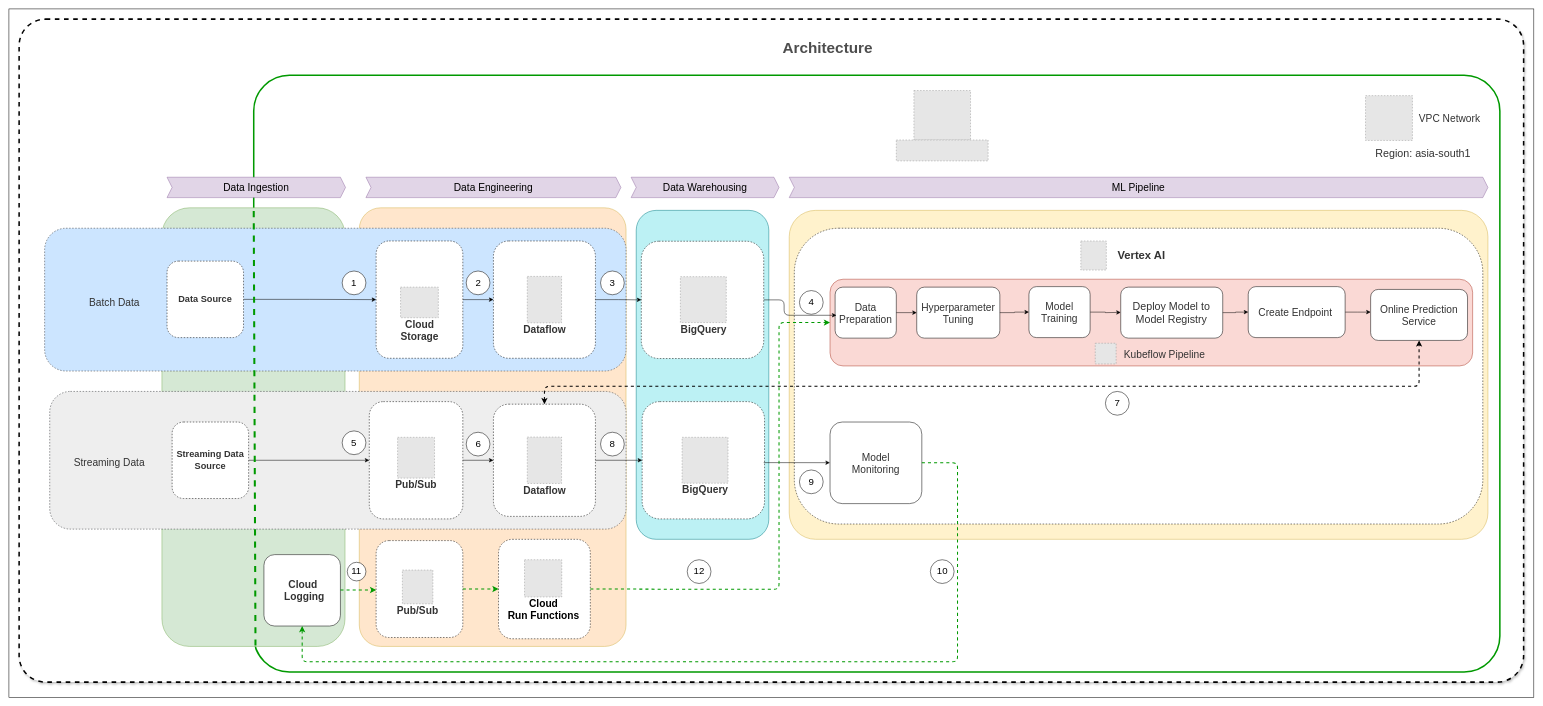
Above: ML Ops Architecture.drawio in adityasolanki205/Architecture_diagrams (draw.io), before the change. Source tidied: cells renumbered, new cells numbered last; positions are measured from the earlier drawing's top-left corner, leaving out a move shared by most shapes. Both pictures are drawn from the tidied source at 51%, with x=0, y=0 at pixel (9, 9). Pictures stored in the file or linked from it are replaced by grey dashed boxes.
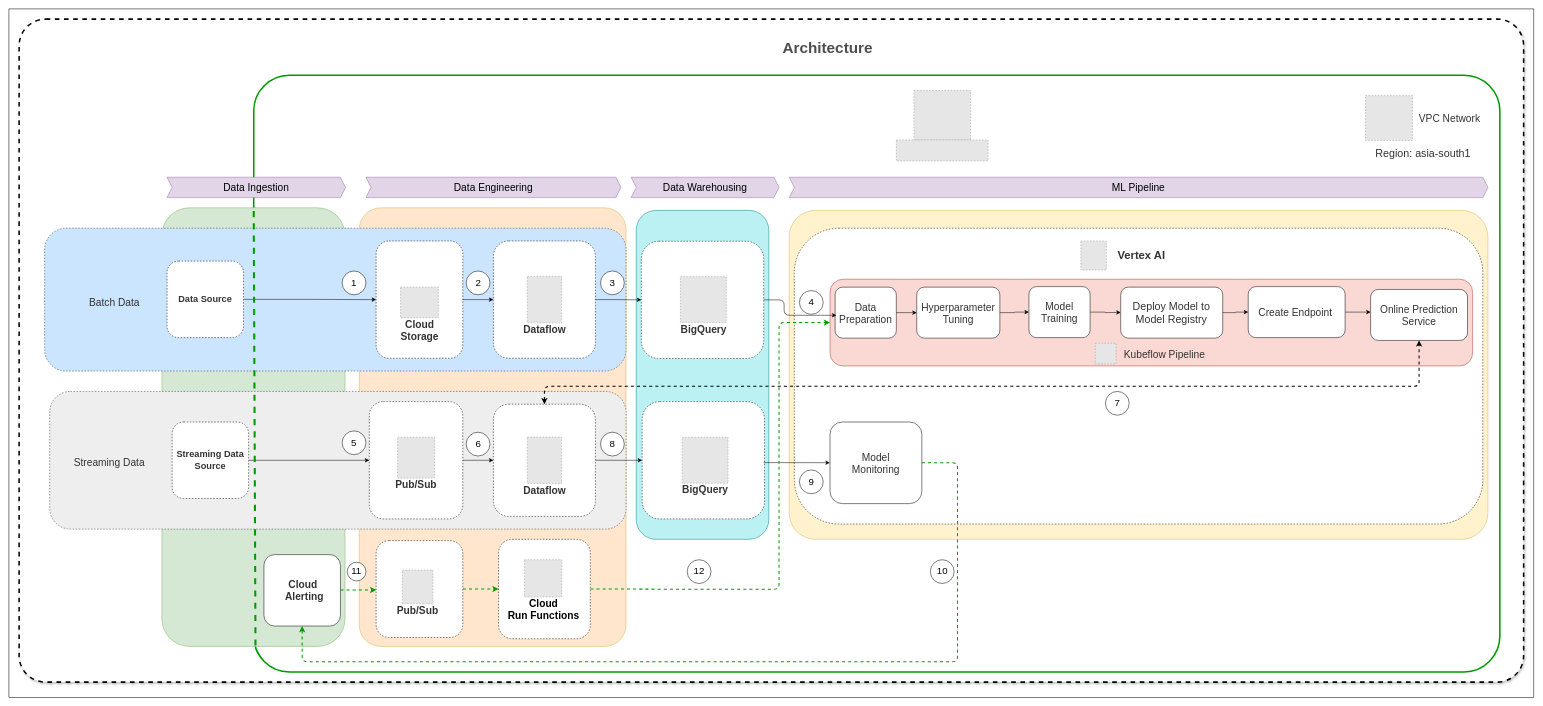
After the change.

The change refers to these unchanged cells:
```xml
<mxCell id="94" style="group;dashed=1;" parent="1" vertex="1">
  <mxGeometry x="500" y="1070" width="160" height="140" as="geometry" />
</mxCell>
```

Change to the diagram source:
```diff
@@
-    <mxCell id="96" value="&lt;font style=&quot;font-size: 20px; color: rgb(51, 51, 51);&quot;&gt;&lt;b&gt;Cloud&amp;nbsp;&lt;/b&gt;&lt;/font&gt;&lt;div&gt;&lt;font style=&quot;font-size: 20px; color: rgb(51, 51, 51);&quot;&gt;&lt;b&gt;Logging&lt;/b&gt;&lt;/font&gt;&lt;/div&gt;" style="text;html=1;align=center;verticalAlign=middle;whiteSpace=wrap;rounded=0;fontColor=light-dark(#7F7F7F,#EDEDED);fontSize=16;fontStyle=0;" parent="94" vertex="1">
+    <mxCell id="96" value="&lt;font style=&quot;font-size: 20px; color: rgb(51, 51, 51);&quot;&gt;&lt;b&gt;Cloud&amp;nbsp;&lt;/b&gt;&lt;/font&gt;&lt;div&gt;&lt;font style=&quot;font-size: 20px; color: rgb(51, 51, 51);&quot;&gt;&lt;b&gt;Alerting&lt;/b&gt;&lt;/font&gt;&lt;/div&gt;" style="text;html=1;align=center;verticalAlign=middle;whiteSpace=wrap;rounded=0;fontColor=light-dark(#7F7F7F,#EDEDED);fontSize=16;fontStyle=0;" parent="94" vertex="1">
       <mxGeometry x="13.3" y="42.9" width="133.3" height="54.7" as="geometry" />
     </mxCell>
```
